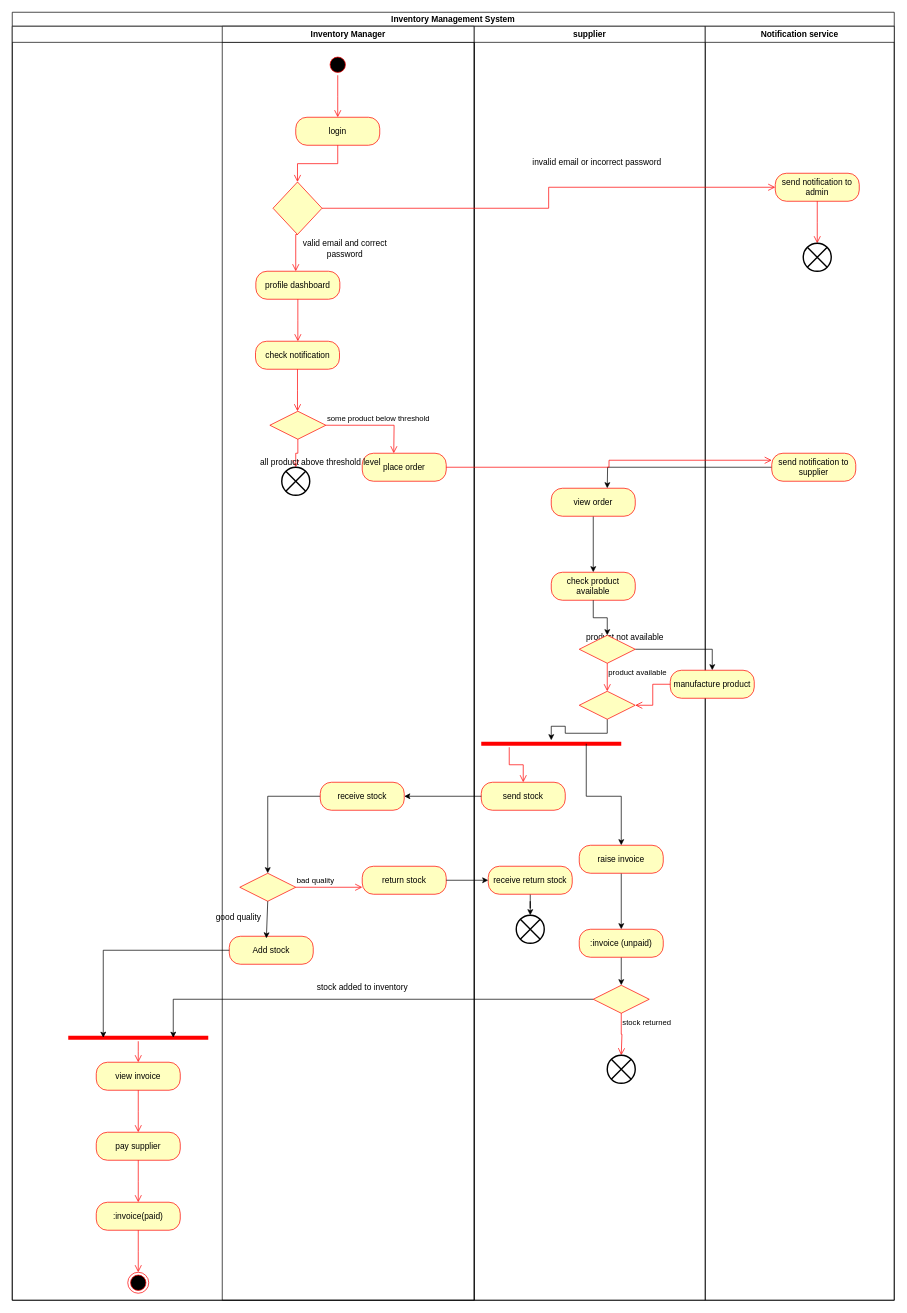
This is ActivityDiagram.drawio from NehaNihar12/PGP-UMLdiagram, a draw.io file, before an edit. Source tidied: cells renumbered, new cells numbered last; positions are measured from the earlier drawing's top-left corner, leaving out a move shared by most shapes. Both pictures are drawn from the tidied source at 70%, with x=0, y=0 at pixel (12, 12).
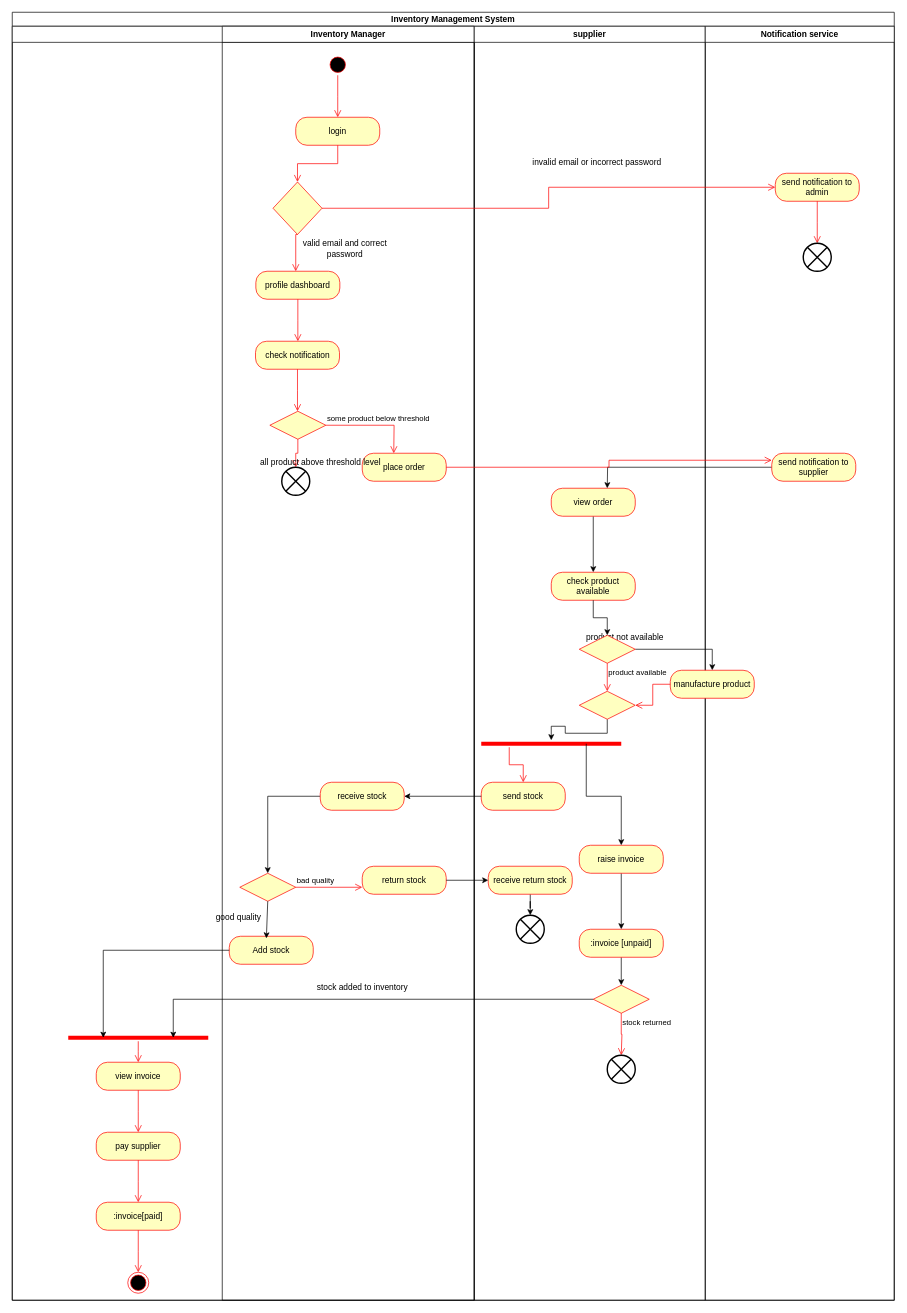
The same diagram, later.

The change refers to these unchanged cells:
```xml
<mxCell id="3" value="Admin" style="swimlane;whiteSpace=wrap;html=1;" parent="2" vertex="1">
  <mxGeometry y="20" width="660" height="1820" as="geometry" />
</mxCell>
<mxCell id="39" value="supplier" style="swimlane;whiteSpace=wrap;html=1;" parent="2" vertex="1">
  <mxGeometry x="660" y="20" width="330" height="1820" as="geometry" />
</mxCell>
```

Change to the diagram source:
```diff
@@
-    <mxCell id="36" value=":invoice(paid)" style="rounded=1;whiteSpace=wrap;html=1;arcSize=40;fontColor=#000000;fillColor=#ffffc0;strokeColor=#ff0000;" parent="3" vertex="1">
+    <mxCell id="36" value=":invoice[paid]" style="rounded=1;whiteSpace=wrap;html=1;arcSize=40;fontColor=#000000;fillColor=#ffffc0;strokeColor=#ff0000;" parent="3" vertex="1">
       <mxGeometry x="120" y="1680" width="120" height="40" as="geometry" />
     </mxCell>
@@
-    <mxCell id="55" value=":invoice (unpaid)" style="rounded=1;whiteSpace=wrap;html=1;arcSize=40;fontColor=#000000;fillColor=#ffffc0;strokeColor=#ff0000;" parent="39" vertex="1">
+    <mxCell id="55" value=":invoice [unpaid]" style="rounded=1;whiteSpace=wrap;html=1;arcSize=40;fontColor=#000000;fillColor=#ffffc0;strokeColor=#ff0000;" parent="39" vertex="1">
       <mxGeometry x="150" y="1290" width="120" height="40" as="geometry" />
     </mxCell>
```
